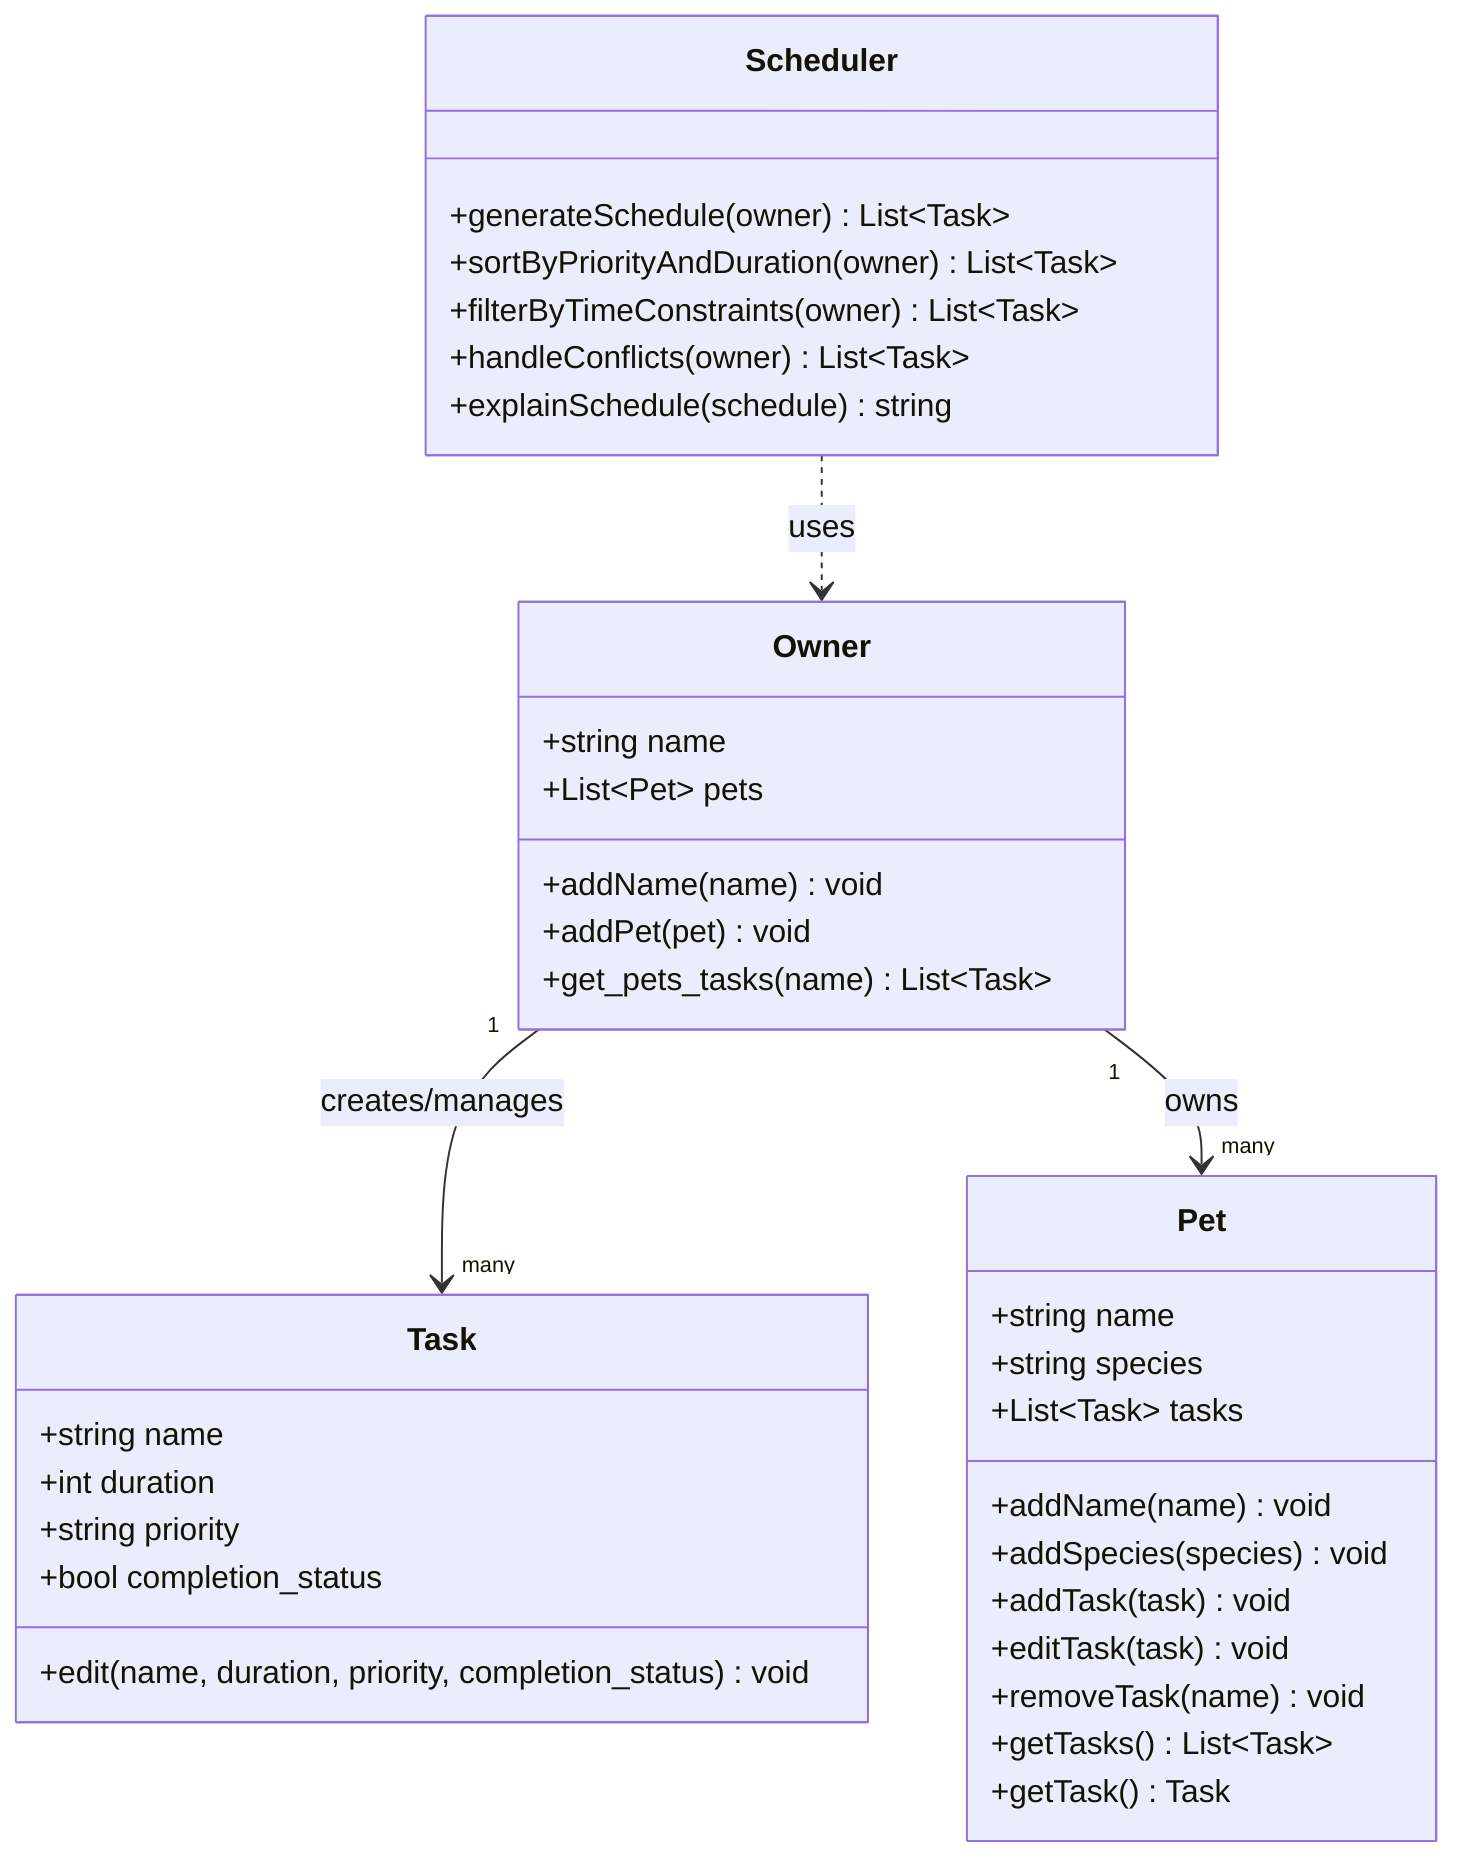
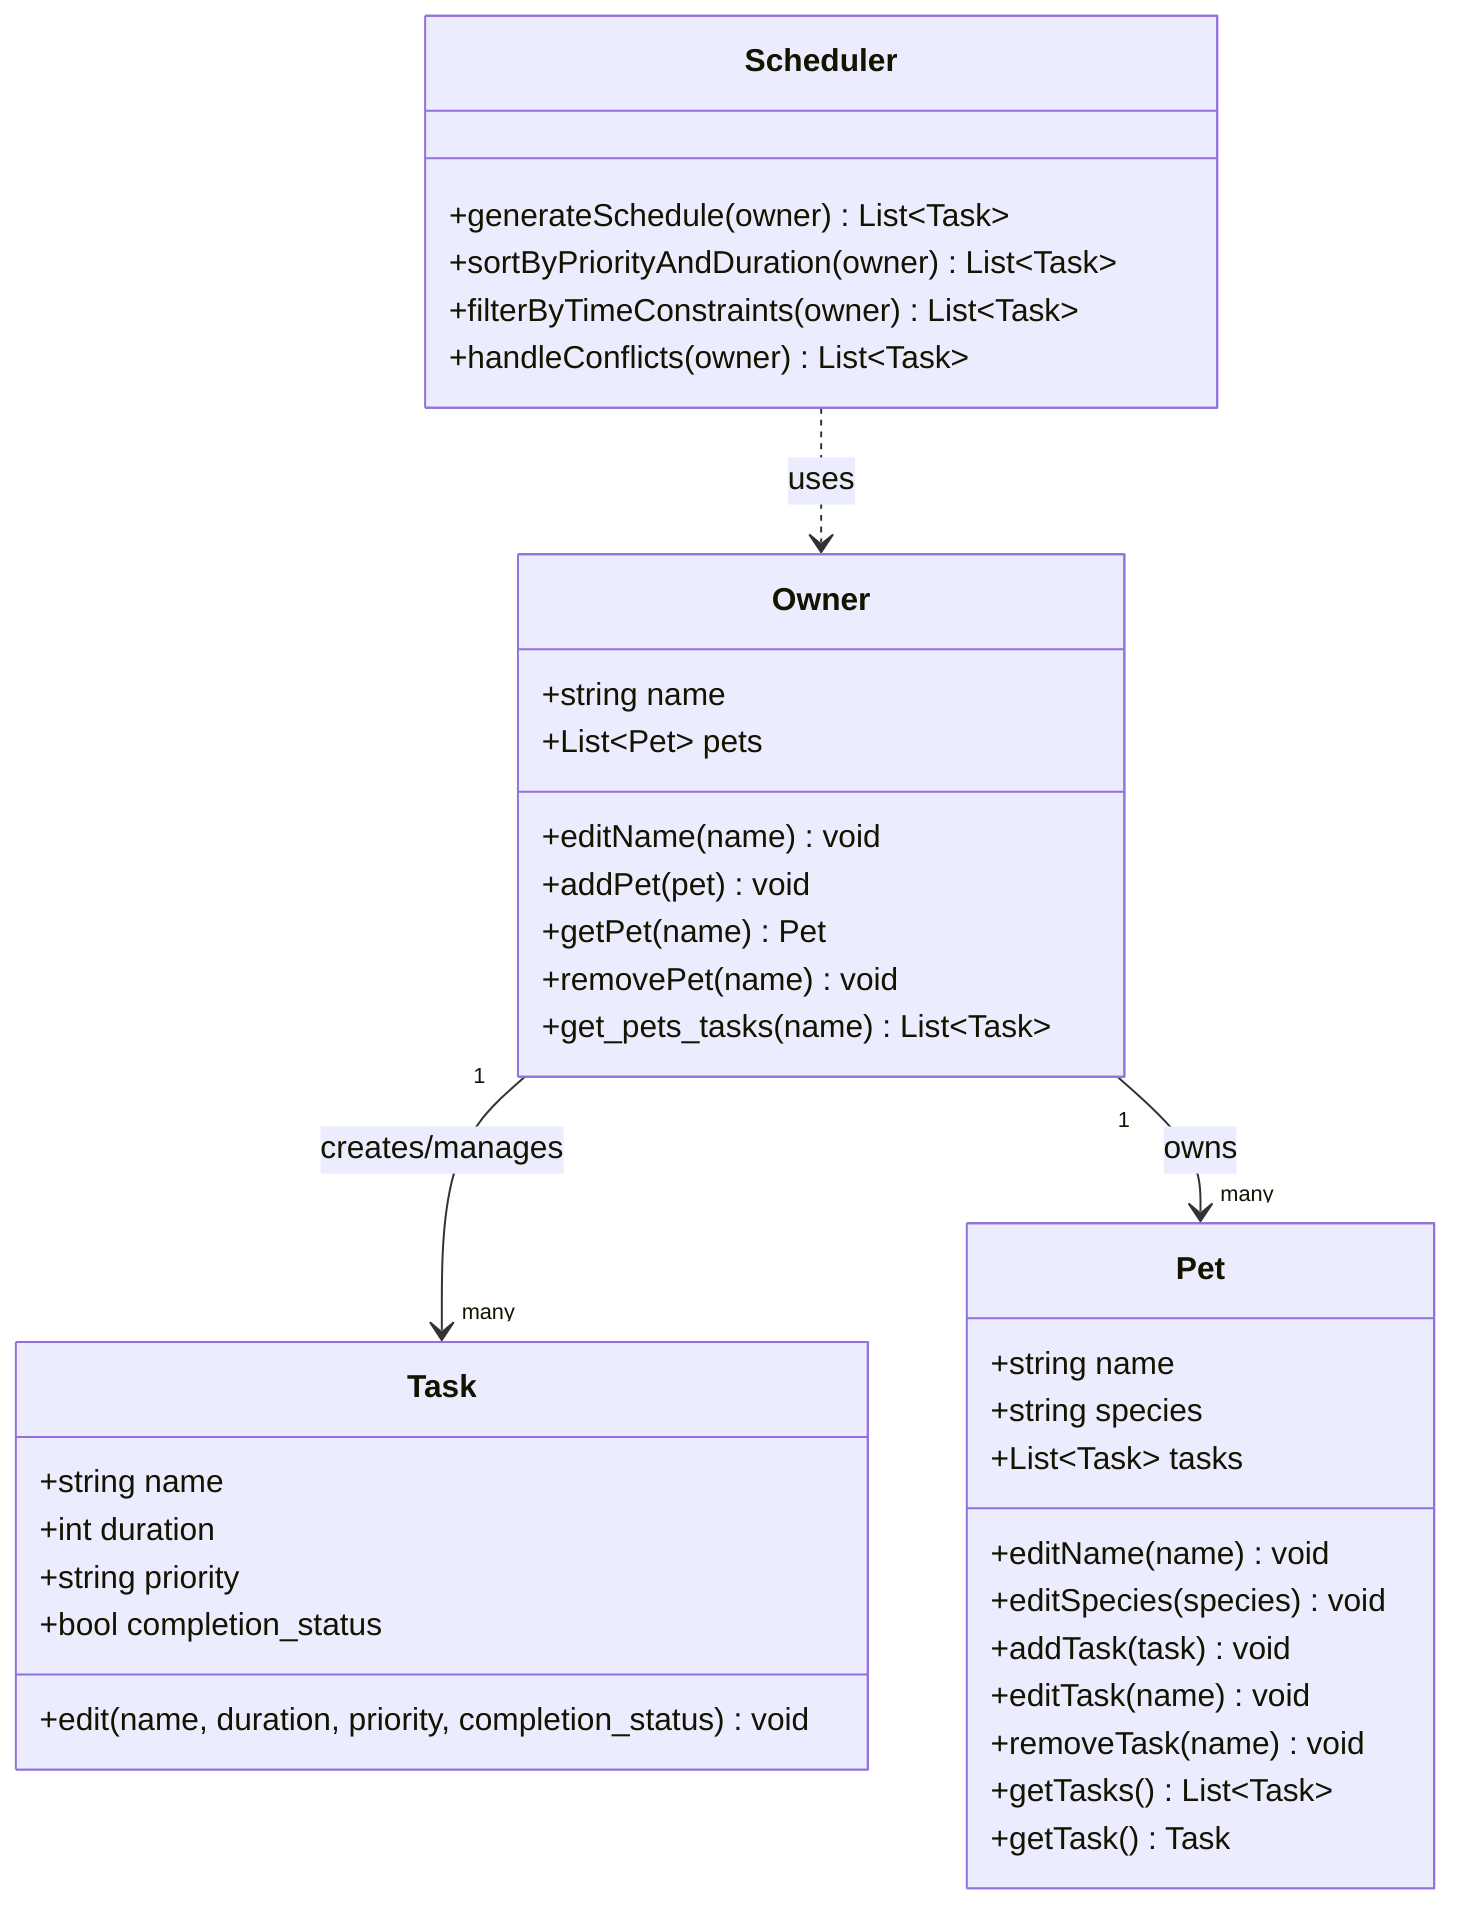
classDiagram
    class Task {
        +string name
        +int duration
        +string priority
        +bool completion_status
        +edit(name, duration, priority, completion_status) void
    }

    class Owner {
        +string name
        +List~Pet~ pets
-         +addName(name) void
+         +editName(name) void
        +addPet(pet) void
+         +getPet(name) Pet
+         +removePet(name) void
        +get_pets_tasks(name) List~Task~
    }

    class Pet {
        +string name
        +string species
        +List~Task~ tasks
-         +addName(name) void
-         +addSpecies(species) void
+         +editName(name) void
+         +editSpecies(species) void
        +addTask(task) void
-         +editTask(task) void
+         +editTask(name) void
        +removeTask(name) void
        +getTasks() List~Task~
        +getTask() Task
    }

    class Scheduler {
        +generateSchedule(owner) List~Task~
        +sortByPriorityAndDuration(owner) List~Task~
        +filterByTimeConstraints(owner) List~Task~
        +handleConflicts(owner) List~Task~
-         +explainSchedule(schedule) string
    }

    Owner "1" --> "many" Task : creates/manages
    Owner "1" --> "many" Pet : owns
    Scheduler ..> Owner : uses
